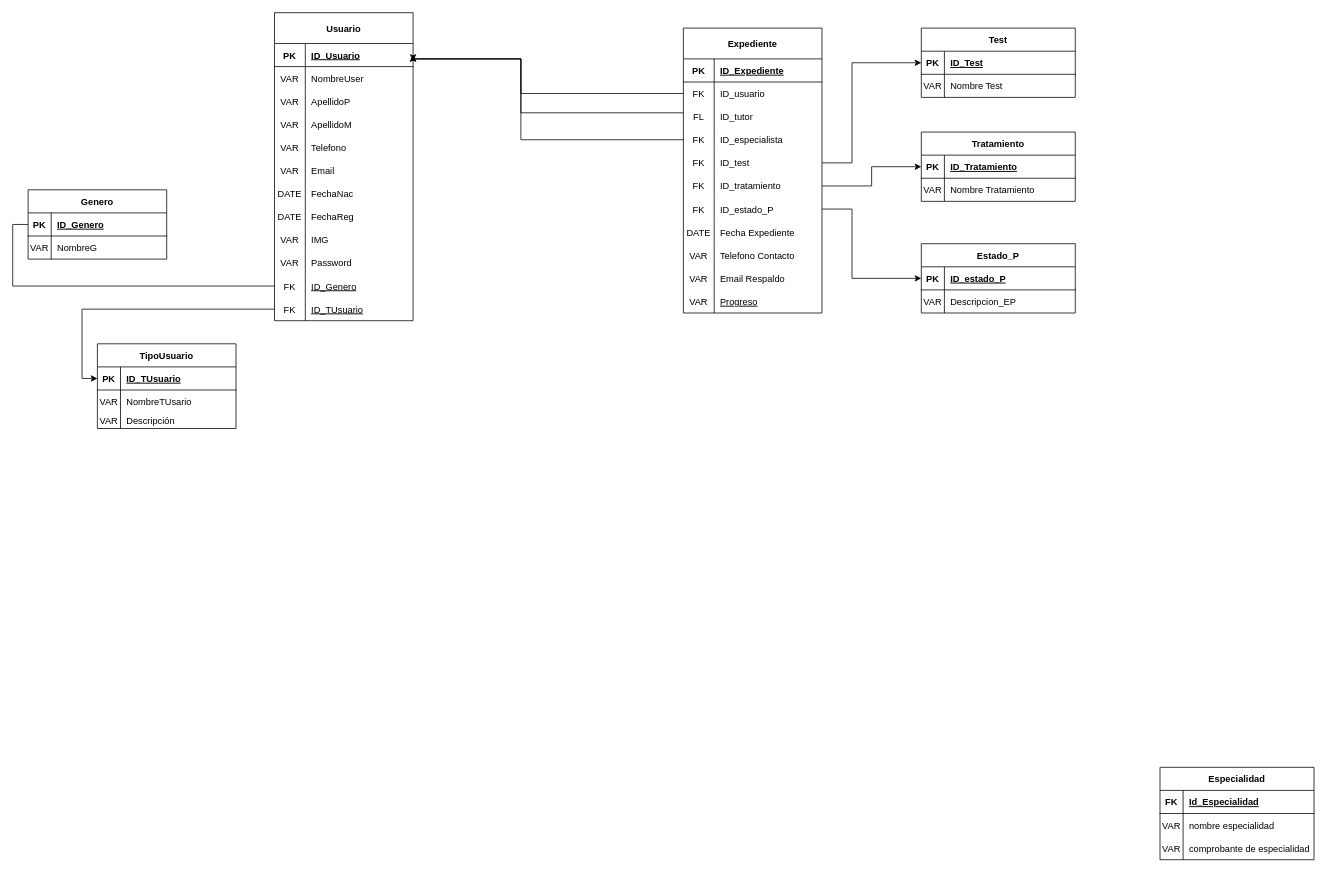
Before: modelos V6.drawio in BrayanRosasC/Talk, a draw.io diagram. Source tidied: cells renumbered, new cells numbered last; positions are measured from the earlier drawing's top-left corner, leaving out a move shared by most shapes. Both pictures are drawn from the tidied source at 77%, with x=0, y=0 at pixel (28, 12).
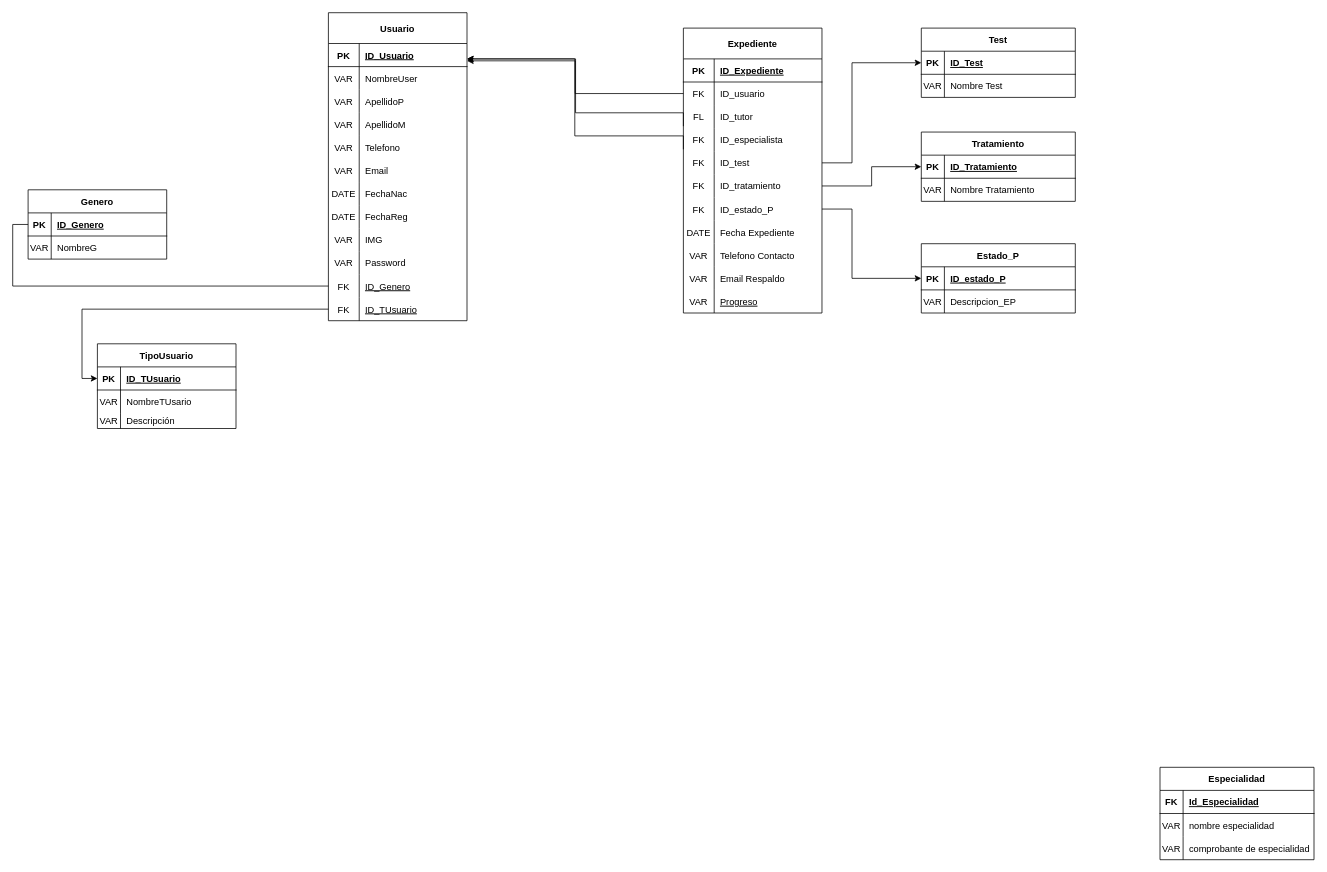
Above is the later version.

Unchanged cells that the change refers to:
```xml
<mxCell id="32" value="ID_Usuario" style="shape=partialRectangle;fillColor=none;top=0;left=0;bottom=0;right=0;align=left;spacingLeft=6;fontStyle=5;overflow=hidden;" parent="30" vertex="1">
  <mxGeometry x="40" width="140" height="30" as="geometry" />
</mxCell>
<mxCell id="96" value="FK" style="shape=partialRectangle;fillColor=none;top=0;left=0;bottom=0;right=0;overflow=hidden;" parent="95" vertex="1">
  <mxGeometry width="40" height="30" as="geometry" />
</mxCell>
<mxCell id="102" value="FK" style="shape=partialRectangle;fillColor=none;top=0;left=0;bottom=0;right=0;overflow=hidden;" parent="101" vertex="1">
  <mxGeometry width="40" height="30" as="geometry" />
</mxCell>
```

What changed in the source:
```diff
@@
     <mxCell id="29" value="Usuario" style="shape=table;startSize=40;childLayout=tableLayout;rowLines=0;fontStyle=1;align=center;" parent="1" vertex="1">
-      <mxGeometry x="320" width="180" height="400" as="geometry" />
+      <mxGeometry x="390" width="180" height="400" as="geometry" />
     </mxCell>
@@
-    <mxCell id="68" style="edgeStyle=orthogonalEdgeStyle;rounded=0;jettySize=auto;html=1;entryX=1;entryY=0.5;entryDx=0;entryDy=0;" parent="1" edge="1" target="32">
-      <mxGeometry relative="1" as="geometry">
-        <mxPoint x="851" y="104.9" as="sourcePoint" />
-        <Array as="points">
-          <mxPoint x="640" y="105" />
-          <mxPoint x="640" y="60" />
-          <mxPoint x="500" y="60" />
-        </Array>
-      </mxGeometry>
-    </mxCell>
@@
-    <mxCell id="76" style="edgeStyle=orthogonalEdgeStyle;rounded=0;jettySize=auto;html=1;entryX=1;entryY=0.75;entryDx=0;entryDy=0;" parent="1" edge="1" target="32">
-      <mxGeometry relative="1" as="geometry">
-        <mxPoint x="851" y="130" as="sourcePoint" />
-        <Array as="points">
-          <mxPoint x="640" y="130" />
-          <mxPoint x="640" y="60" />
-          <mxPoint x="500" y="60" />
-        </Array>
-      </mxGeometry>
-    </mxCell>
@@
-    <mxCell id="125" style="edgeStyle=orthogonalEdgeStyle;rounded=0;jettySize=auto;html=1;entryX=1;entryY=0.5;entryDx=0;entryDy=0;" parent="1" edge="1" source="102" target="32">
-      <mxGeometry relative="1" as="geometry">
-        <Array as="points">
-          <mxPoint x="640" y="165" />
-          <mxPoint x="640" y="60" />
-          <mxPoint x="500" y="60" />
-        </Array>
-      </mxGeometry>
-    </mxCell>
@@
+    <mxCell id="129" style="edgeStyle=orthogonalEdgeStyle;rounded=0;jettySize=auto;html=1;entryX=1;entryY=0.75;entryDx=0;entryDy=0;" parent="1" edge="1" source="96" target="32">
+      <mxGeometry relative="1" as="geometry" />
+    </mxCell>
+    <mxCell id="130" style="edgeStyle=orthogonalEdgeStyle;rounded=0;orthogonalLoop=1;jettySize=auto;html=1;entryX=1;entryY=0.25;entryDx=0;entryDy=0;" parent="1" edge="1">
+      <mxGeometry relative="1" as="geometry">
+        <mxPoint x="851" y="147.4" as="sourcePoint" />
+        <mxPoint x="570" y="60" as="targetPoint" />
+        <Array as="points">
+          <mxPoint x="851" y="130" />
+          <mxPoint x="711" y="130" />
+          <mxPoint x="711" y="60" />
+        </Array>
+      </mxGeometry>
+    </mxCell>
+    <mxCell id="131" style="edgeStyle=orthogonalEdgeStyle;rounded=0;orthogonalLoop=1;jettySize=auto;html=1;entryX=1;entryY=0.25;entryDx=0;entryDy=0;" parent="1" edge="1">
+      <mxGeometry relative="1" as="geometry">
+        <mxPoint x="851" y="177.4" as="sourcePoint" />
+        <mxPoint x="570" y="60" as="targetPoint" />
+        <Array as="points">
+          <mxPoint x="851" y="160" />
+          <mxPoint x="710" y="160" />
+          <mxPoint x="710" y="60" />
+        </Array>
+      </mxGeometry>
+    </mxCell>
```
